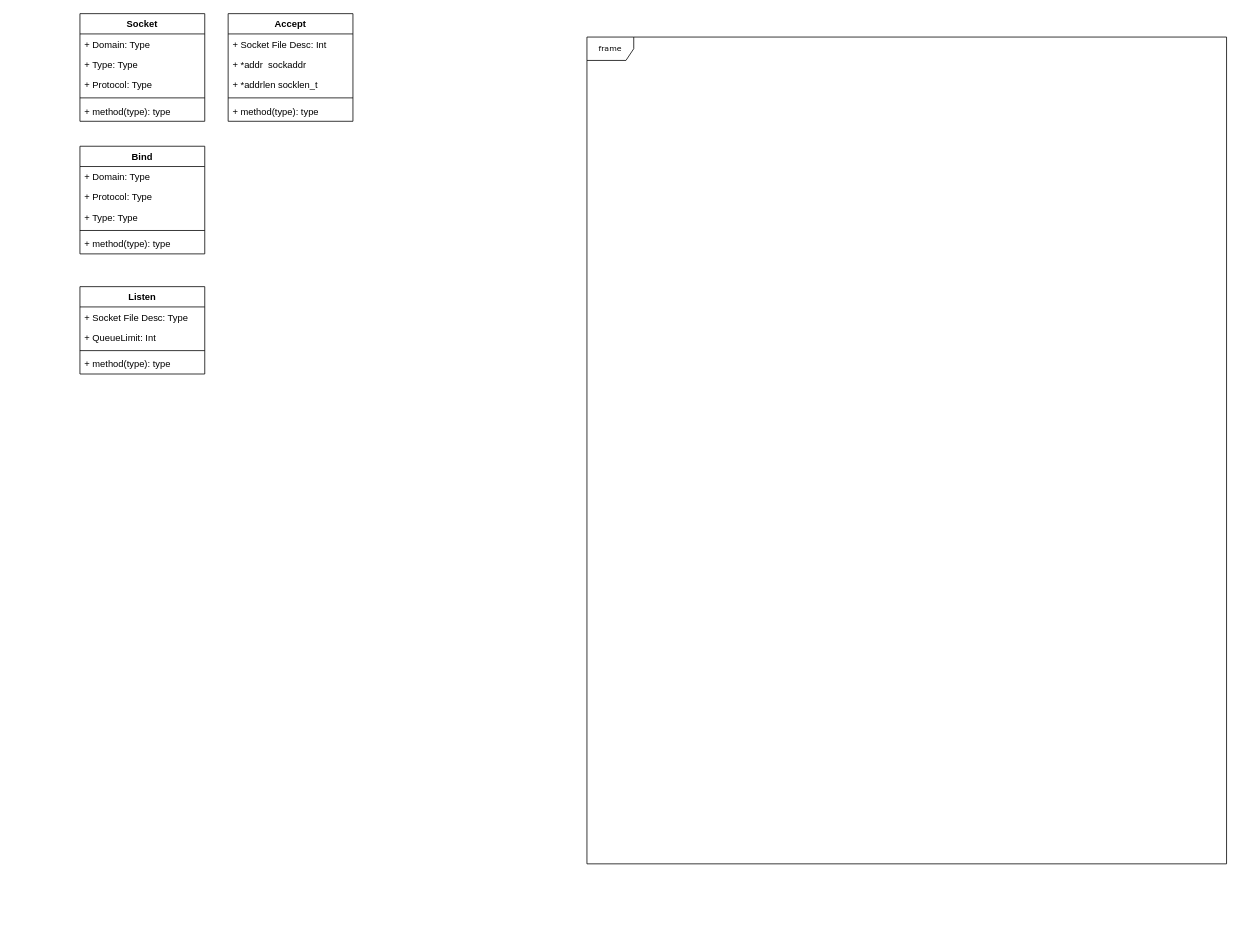
This is UML Diagrams/Start Game/ProjectIlmatar_StartGameUML4.25.2021.drawio from RPG-Research/bcirpg, a draw.io file, before an edit. Source tidied: cells renumbered, new cells numbered last; positions are measured from the earlier drawing's top-left corner, leaving out a move shared by most shapes. Both pictures are drawn from the tidied source at 78%, with x=0, y=0 at pixel (80, 13).
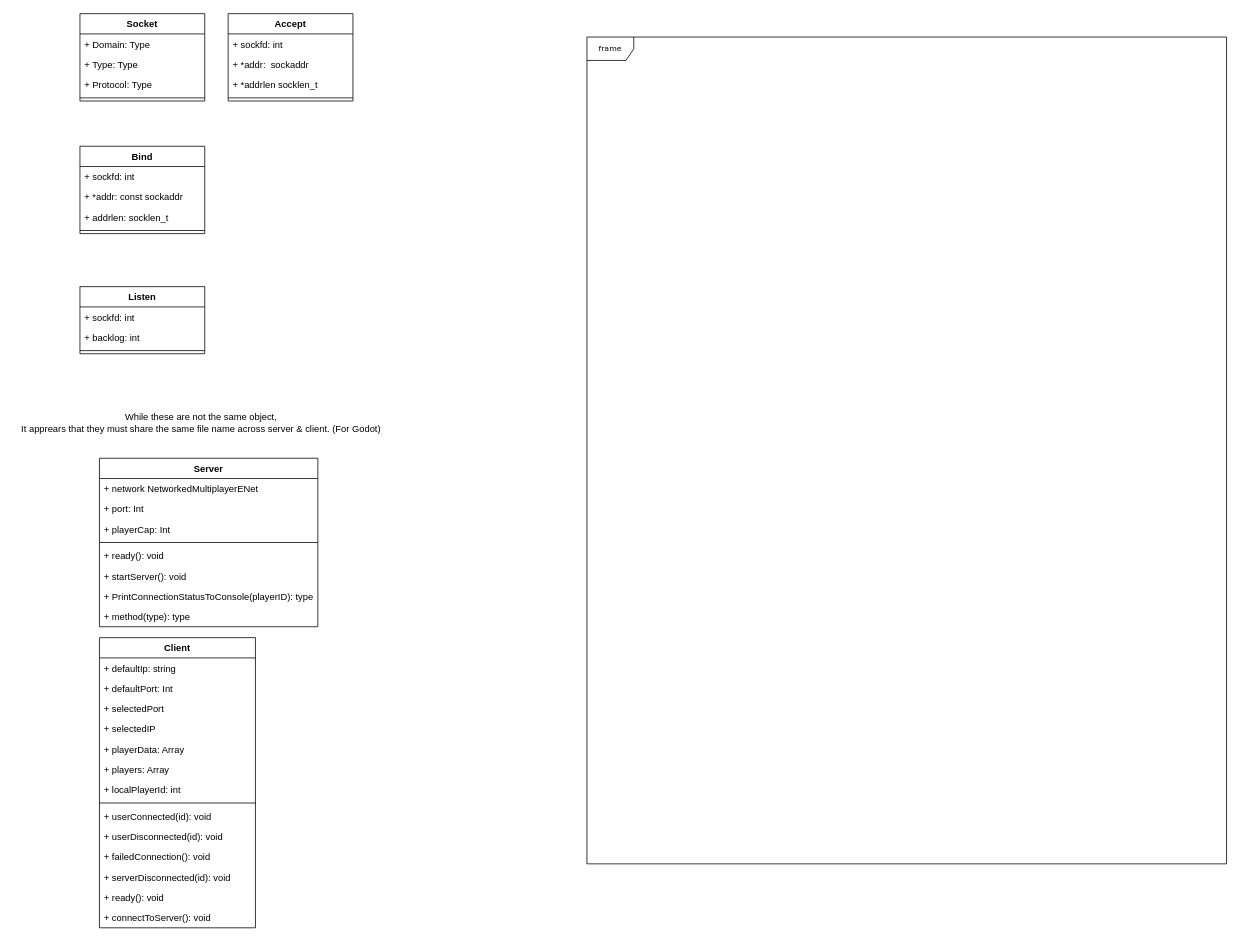
After the change.

The edit, as a diff of the source:
```diff
@@
     <mxCell id="3" value="Socket" style="swimlane;fontStyle=1;align=center;verticalAlign=top;horizontal=1;startSize=26;" parent="1" vertex="1">
-      <mxGeometry width="160" height="138" as="geometry" />
+      <mxGeometry width="160" height="112" as="geometry" />
     </mxCell>
@@
-    <mxCell id="8" value="+ method(type): type" style="text;strokeColor=none;fillColor=none;align=left;verticalAlign=top;spacingLeft=4;spacingRight=4;overflow=hidden;" parent="3" vertex="1">
-      <mxGeometry y="112" width="160" height="26" as="geometry" />
-    </mxCell>
     <mxCell id="9" value="Bind" style="swimlane;fontStyle=1;align=center;verticalAlign=top;horizontal=1;startSize=26;" parent="1" vertex="1">
-      <mxGeometry y="170" width="160" height="138" as="geometry" />
+      <mxGeometry y="170" width="160" height="112" as="geometry" />
     </mxCell>
-    <mxCell id="10" value="+ Domain: Type" style="text;strokeColor=none;fillColor=none;align=left;verticalAlign=top;spacingLeft=4;spacingRight=4;overflow=hidden;" parent="9" vertex="1">
+    <mxCell id="10" value="+ sockfd: int" style="text;strokeColor=none;fillColor=none;align=left;verticalAlign=top;spacingLeft=4;spacingRight=4;overflow=hidden;" parent="9" vertex="1">
       <mxGeometry y="26" width="160" height="26" as="geometry" />
     </mxCell>
-    <mxCell id="11" value="+ Protocol: Type" style="text;strokeColor=none;fillColor=none;align=left;verticalAlign=top;spacingLeft=4;spacingRight=4;overflow=hidden;" parent="9" vertex="1">
+    <mxCell id="11" value="+ *addr: const sockaddr&#10;" style="text;strokeColor=none;fillColor=none;align=left;verticalAlign=top;spacingLeft=4;spacingRight=4;overflow=hidden;" parent="9" vertex="1">
       <mxGeometry y="52" width="160" height="26" as="geometry" />
     </mxCell>
-    <mxCell id="12" value="+ Type: Type" style="text;strokeColor=none;fillColor=none;align=left;verticalAlign=top;spacingLeft=4;spacingRight=4;overflow=hidden;" parent="9" vertex="1">
+    <mxCell id="12" value="+ addrlen: socklen_t" style="text;strokeColor=none;fillColor=none;align=left;verticalAlign=top;spacingLeft=4;spacingRight=4;overflow=hidden;" parent="9" vertex="1">
       <mxGeometry y="78" width="160" height="26" as="geometry" />
     </mxCell>
@@
-    <mxCell id="14" value="+ method(type): type" style="text;strokeColor=none;fillColor=none;align=left;verticalAlign=top;spacingLeft=4;spacingRight=4;overflow=hidden;" parent="9" vertex="1">
-      <mxGeometry y="112" width="160" height="26" as="geometry" />
-    </mxCell>
     <mxCell id="15" value="Listen" style="swimlane;fontStyle=1;align=center;verticalAlign=top;horizontal=1;startSize=26;" parent="1" vertex="1">
-      <mxGeometry y="350" width="160" height="112" as="geometry" />
+      <mxGeometry y="350" width="160" height="86" as="geometry" />
     </mxCell>
-    <mxCell id="16" value="+ Socket File Desc: Type" style="text;strokeColor=none;fillColor=none;align=left;verticalAlign=top;spacingLeft=4;spacingRight=4;overflow=hidden;" parent="15" vertex="1">
+    <mxCell id="16" value="+ sockfd: int" style="text;strokeColor=none;fillColor=none;align=left;verticalAlign=top;spacingLeft=4;spacingRight=4;overflow=hidden;" parent="15" vertex="1">
       <mxGeometry y="26" width="160" height="26" as="geometry" />
     </mxCell>
-    <mxCell id="17" value="+ QueueLimit: Int" style="text;strokeColor=none;fillColor=none;align=left;verticalAlign=top;spacingLeft=4;spacingRight=4;overflow=hidden;" parent="15" vertex="1">
+    <mxCell id="17" value="+ backlog: int" style="text;strokeColor=none;fillColor=none;align=left;verticalAlign=top;spacingLeft=4;spacingRight=4;overflow=hidden;" parent="15" vertex="1">
       <mxGeometry y="52" width="160" height="26" as="geometry" />
     </mxCell>
@@
-    <mxCell id="19" value="+ method(type): type" style="text;strokeColor=none;fillColor=none;align=left;verticalAlign=top;spacingLeft=4;spacingRight=4;overflow=hidden;" parent="15" vertex="1">
-      <mxGeometry y="86" width="160" height="26" as="geometry" />
-    </mxCell>
     <mxCell id="20" value="Accept" style="swimlane;fontStyle=1;align=center;verticalAlign=top;horizontal=1;startSize=26;" parent="1" vertex="1">
-      <mxGeometry x="190" width="160" height="138" as="geometry" />
+      <mxGeometry x="190" width="160" height="112" as="geometry" />
     </mxCell>
-    <mxCell id="21" value="+ Socket File Desc: Int" style="text;strokeColor=none;fillColor=none;align=left;verticalAlign=top;spacingLeft=4;spacingRight=4;overflow=hidden;" parent="20" vertex="1">
+    <mxCell id="21" value="+ sockfd: int" style="text;strokeColor=none;fillColor=none;align=left;verticalAlign=top;spacingLeft=4;spacingRight=4;overflow=hidden;" parent="20" vertex="1">
       <mxGeometry y="26" width="160" height="26" as="geometry" />
     </mxCell>
-    <mxCell id="22" value="+ *addr  sockaddr" style="text;strokeColor=none;fillColor=none;align=left;verticalAlign=top;spacingLeft=4;spacingRight=4;overflow=hidden;" parent="20" vertex="1">
+    <mxCell id="22" value="+ *addr:  sockaddr" style="text;strokeColor=none;fillColor=none;align=left;verticalAlign=top;spacingLeft=4;spacingRight=4;overflow=hidden;" parent="20" vertex="1">
       <mxGeometry y="52" width="160" height="26" as="geometry" />
     </mxCell>
@@
-    <mxCell id="25" value="+ method(type): type" style="text;strokeColor=none;fillColor=none;align=left;verticalAlign=top;spacingLeft=4;spacingRight=4;overflow=hidden;" parent="20" vertex="1">
-      <mxGeometry y="112" width="160" height="26" as="geometry" />
-    </mxCell>
+    <mxCell id="26" value="Client" style="swimlane;fontStyle=1;align=center;verticalAlign=top;horizontal=1;startSize=26;" parent="1" vertex="1">
+      <mxGeometry x="25" y="800" width="200" height="372" as="geometry" />
+    </mxCell>
+    <mxCell id="27" value="+ defaultIp: string&#10;" style="text;strokeColor=none;fillColor=none;align=left;verticalAlign=top;spacingLeft=4;spacingRight=4;overflow=hidden;" parent="26" vertex="1">
+      <mxGeometry y="26" width="200" height="26" as="geometry" />
+    </mxCell>
+    <mxCell id="28" value="+ defaultPort: Int" style="text;strokeColor=none;fillColor=none;align=left;verticalAlign=top;spacingLeft=4;spacingRight=4;overflow=hidden;" parent="26" vertex="1">
+      <mxGeometry y="52" width="200" height="26" as="geometry" />
+    </mxCell>
+    <mxCell id="29" value="+ selectedPort" style="text;strokeColor=none;fillColor=none;align=left;verticalAlign=top;spacingLeft=4;spacingRight=4;overflow=hidden;" parent="26" vertex="1">
+      <mxGeometry y="78" width="200" height="26" as="geometry" />
+    </mxCell>
+    <mxCell id="30" value="+ selectedIP" style="text;strokeColor=none;fillColor=none;align=left;verticalAlign=top;spacingLeft=4;spacingRight=4;overflow=hidden;" parent="26" vertex="1">
+      <mxGeometry y="104" width="200" height="26" as="geometry" />
+    </mxCell>
+    <mxCell id="31" value="+ playerData: Array&#10;" style="text;strokeColor=none;fillColor=none;align=left;verticalAlign=top;spacingLeft=4;spacingRight=4;overflow=hidden;" parent="26" vertex="1">
+      <mxGeometry y="130" width="200" height="26" as="geometry" />
+    </mxCell>
+    <mxCell id="32" value="+ players: Array&#10;" style="text;strokeColor=none;fillColor=none;align=left;verticalAlign=top;spacingLeft=4;spacingRight=4;overflow=hidden;" parent="26" vertex="1">
+      <mxGeometry y="156" width="200" height="26" as="geometry" />
+    </mxCell>
+    <mxCell id="33" value="+ localPlayerId: int&#10;" style="text;strokeColor=none;fillColor=none;align=left;verticalAlign=top;spacingLeft=4;spacingRight=4;overflow=hidden;" parent="26" vertex="1">
+      <mxGeometry y="182" width="200" height="26" as="geometry" />
+    </mxCell>
+    <mxCell id="34" style="line;strokeWidth=1;fillColor=none;align=left;verticalAlign=middle;spacingTop=-1;spacingLeft=3;spacingRight=3;labelPosition=right;" parent="26" vertex="1">
+      <mxGeometry y="208" width="200" height="8" as="geometry" />
+    </mxCell>
+    <mxCell id="35" value="+ userConnected(id): void" style="text;strokeColor=none;fillColor=none;align=left;verticalAlign=top;spacingLeft=4;spacingRight=4;overflow=hidden;" parent="26" vertex="1">
+      <mxGeometry y="216" width="200" height="26" as="geometry" />
+    </mxCell>
+    <mxCell id="36" value="+ userDisconnected(id): void" style="text;strokeColor=none;fillColor=none;align=left;verticalAlign=top;spacingLeft=4;spacingRight=4;overflow=hidden;" parent="26" vertex="1">
+      <mxGeometry y="242" width="200" height="26" as="geometry" />
+    </mxCell>
+    <mxCell id="37" value="+ failedConnection(): void" style="text;strokeColor=none;fillColor=none;align=left;verticalAlign=top;spacingLeft=4;spacingRight=4;overflow=hidden;" parent="26" vertex="1">
+      <mxGeometry y="268" width="200" height="26" as="geometry" />
+    </mxCell>
+    <mxCell id="38" value="+ serverDisconnected(id): void&#10;" style="text;strokeColor=none;fillColor=none;align=left;verticalAlign=top;spacingLeft=4;spacingRight=4;overflow=hidden;" parent="26" vertex="1">
+      <mxGeometry y="294" width="200" height="26" as="geometry" />
+    </mxCell>
+    <mxCell id="39" value="+ ready(): void&#10;" style="text;strokeColor=none;fillColor=none;align=left;verticalAlign=top;spacingLeft=4;spacingRight=4;overflow=hidden;" parent="26" vertex="1">
+      <mxGeometry y="320" width="200" height="26" as="geometry" />
+    </mxCell>
+    <mxCell id="40" value="+ connectToServer(): void&#10;" style="text;strokeColor=none;fillColor=none;align=left;verticalAlign=top;spacingLeft=4;spacingRight=4;overflow=hidden;" parent="26" vertex="1">
+      <mxGeometry y="346" width="200" height="26" as="geometry" />
+    </mxCell>
+    <mxCell id="41" value="Server" style="swimlane;fontStyle=1;align=center;verticalAlign=top;horizontal=1;startSize=26;" parent="1" vertex="1">
+      <mxGeometry x="25" y="570" width="280" height="216" as="geometry" />
+    </mxCell>
+    <mxCell id="42" value="+ network NetworkedMultiplayerENet" style="text;strokeColor=none;fillColor=none;align=left;verticalAlign=top;spacingLeft=4;spacingRight=4;overflow=hidden;" parent="41" vertex="1">
+      <mxGeometry y="26" width="280" height="26" as="geometry" />
+    </mxCell>
+    <mxCell id="43" value="+ port: Int" style="text;strokeColor=none;fillColor=none;align=left;verticalAlign=top;spacingLeft=4;spacingRight=4;overflow=hidden;" parent="41" vertex="1">
+      <mxGeometry y="52" width="280" height="26" as="geometry" />
+    </mxCell>
+    <mxCell id="44" value="+ playerCap: Int" style="text;strokeColor=none;fillColor=none;align=left;verticalAlign=top;spacingLeft=4;spacingRight=4;overflow=hidden;" parent="41" vertex="1">
+      <mxGeometry y="78" width="280" height="26" as="geometry" />
+    </mxCell>
+    <mxCell id="45" style="line;strokeWidth=1;fillColor=none;align=left;verticalAlign=middle;spacingTop=-1;spacingLeft=3;spacingRight=3;labelPosition=right;" parent="41" vertex="1">
+      <mxGeometry y="104" width="280" height="8" as="geometry" />
+    </mxCell>
+    <mxCell id="46" value="+ ready(): void" style="text;strokeColor=none;fillColor=none;align=left;verticalAlign=top;spacingLeft=4;spacingRight=4;overflow=hidden;" parent="41" vertex="1">
+      <mxGeometry y="112" width="280" height="26" as="geometry" />
+    </mxCell>
+    <mxCell id="47" value="+ startServer(): void&#10;" style="text;strokeColor=none;fillColor=none;align=left;verticalAlign=top;spacingLeft=4;spacingRight=4;overflow=hidden;" parent="41" vertex="1">
+      <mxGeometry y="138" width="280" height="26" as="geometry" />
+    </mxCell>
+    <mxCell id="48" value="+ PrintConnectionStatusToConsole(playerID): type" style="text;strokeColor=none;fillColor=none;align=left;verticalAlign=top;spacingLeft=4;spacingRight=4;overflow=hidden;" parent="41" vertex="1">
+      <mxGeometry y="164" width="280" height="26" as="geometry" />
+    </mxCell>
+    <mxCell id="49" value="+ method(type): type" style="text;strokeColor=none;fillColor=none;align=left;verticalAlign=top;spacingLeft=4;spacingRight=4;overflow=hidden;" parent="41" vertex="1">
+      <mxGeometry y="190" width="280" height="26" as="geometry" />
+    </mxCell>
+    <mxCell id="50" value="While these are not the same object, &lt;br&gt;It apprears that they must share the same file name across server &amp;amp; client. (For Godot)" style="text;html=1;align=center;verticalAlign=middle;" parent="1" vertex="1">
+      <mxGeometry x="-85" y="510" width="480" height="30" as="geometry" />
+    </mxCell>
```
